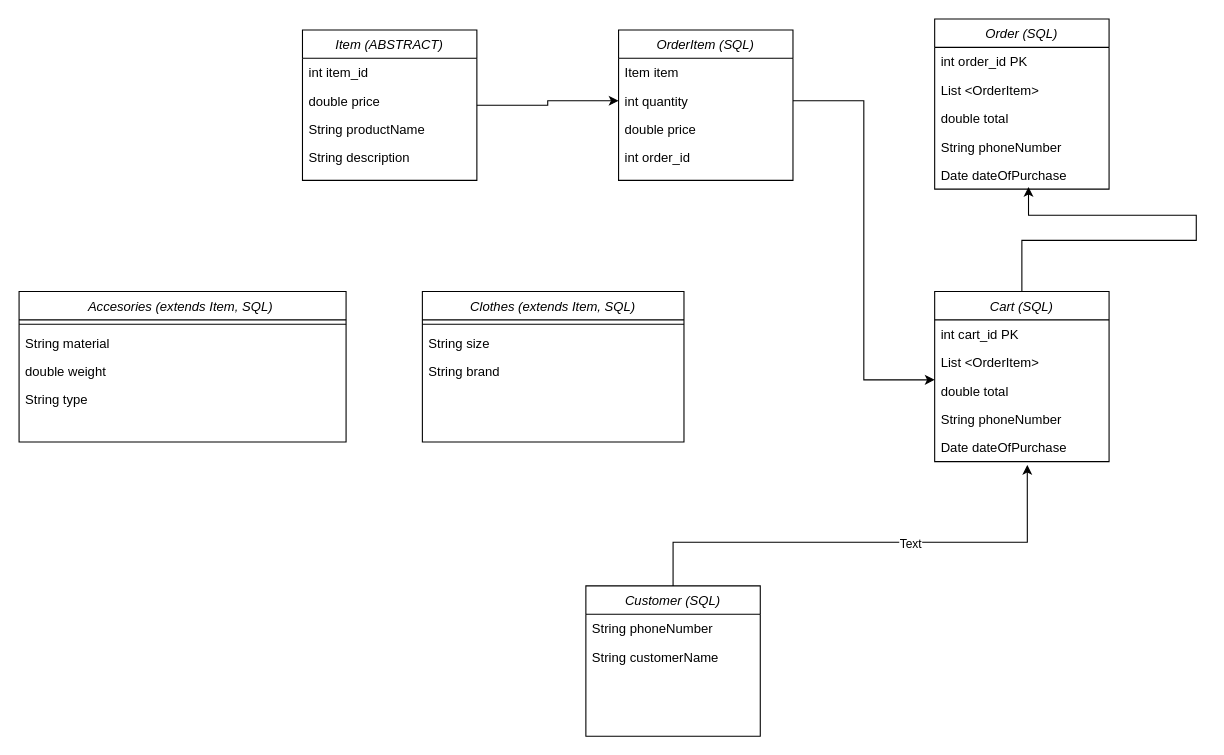
Earlier version of the draw.io diagram Design/ProjectDesignSon.drawio (SimonTranDuy/CS3360-Project). Source tidied: cells renumbered, new cells numbered last; positions are measured from the earlier drawing's top-left corner, leaving out a move shared by most shapes. Both pictures are drawn from the tidied source at 109%, with x=0, y=0 at pixel (19, 19).
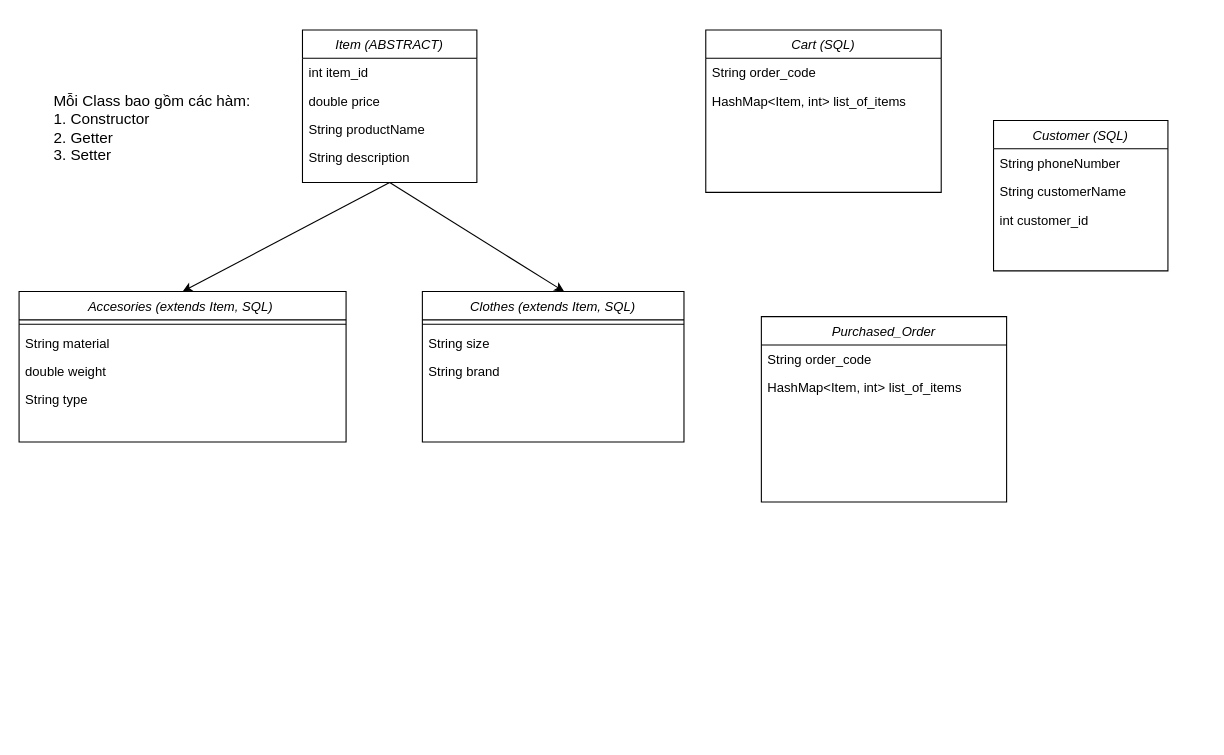
Above is the later version.

Commit message (it also covers changes not shown here):
Update all class in models

The change refers to these unchanged cells:
```xml
<mxCell id="8" value="Clothes (extends Item, SQL)" style="swimlane;fontStyle=2;align=center;verticalAlign=top;horizontal=1;startSize=26;rounded=0;shadow=0;strokeWidth=1;" parent="1" vertex="1">
  <mxGeometry x="370" y="250" width="240" height="138" as="geometry" />
</mxCell>
<mxCell id="12" value="Accesories (extends Item, SQL) " style="swimlane;fontStyle=2;align=center;verticalAlign=top;horizontal=1;startSize=26;rounded=0;shadow=0;strokeWidth=1;" parent="1" vertex="1">
  <mxGeometry y="250" width="300" height="138" as="geometry" />
</mxCell>
```

What changed in the source:
```diff
@@
-    <mxCell id="2" style="edgeStyle=orthogonalEdgeStyle;rounded=0;jettySize=auto;html=1;entryX=0;entryY=0.5;entryDx=0;entryDy=0;" parent="1" edge="1" source="3" target="34">
-      <mxGeometry relative="1" as="geometry" />
-    </mxCell>
+    <mxCell id="41" style="edgeStyle=none;html=1;exitX=0.5;exitY=1;exitDx=0;exitDy=0;entryX=0.5;entryY=0;entryDx=0;entryDy=0;" parent="1" edge="1" source="3" target="12">
+      <mxGeometry relative="1" as="geometry" />
+    </mxCell>
+    <mxCell id="42" style="edgeStyle=none;html=1;exitX=0.5;exitY=1;exitDx=0;exitDy=0;entryX=0.542;entryY=0;entryDx=0;entryDy=0;entryPerimeter=0;" parent="1" edge="1" source="3" target="8">
+      <mxGeometry relative="1" as="geometry" />
+    </mxCell>
     <mxCell id="3" value="Item (ABSTRACT)" style="swimlane;fontStyle=2;align=center;verticalAlign=top;horizontal=1;startSize=26;rounded=0;shadow=0;strokeWidth=1;" parent="1" vertex="1">
-      <mxGeometry x="260" y="10" width="160" height="138" as="geometry" />
+      <mxGeometry x="260" y="10" width="160" height="140" as="geometry" />
     </mxCell>
@@
-    <mxCell id="17" value="Order (SQL)" style="swimlane;fontStyle=2;align=center;verticalAlign=top;horizontal=1;startSize=26;rounded=0;shadow=0;strokeWidth=1;" parent="1" vertex="1">
-      <mxGeometry x="840" width="160" height="156" as="geometry" />
-    </mxCell>
-    <mxCell id="18" value="int order_id PK" style="text;align=left;verticalAlign=top;spacingLeft=4;spacingRight=4;overflow=hidden;" parent="17" vertex="1">
-      <mxGeometry y="26" width="160" height="26" as="geometry" />
-    </mxCell>
-    <mxCell id="19" value="List &lt;OrderItem&gt;" style="text;align=left;verticalAlign=top;spacingLeft=4;spacingRight=4;overflow=hidden;rounded=0;shadow=0;html=0;" parent="17" vertex="1">
-      <mxGeometry y="52" width="160" height="26" as="geometry" />
-    </mxCell>
-    <mxCell id="20" value="double total" style="text;align=left;verticalAlign=top;spacingLeft=4;spacingRight=4;overflow=hidden;rounded=0;shadow=0;html=0;" parent="17" vertex="1">
-      <mxGeometry y="78" width="160" height="26" as="geometry" />
-    </mxCell>
-    <mxCell id="21" value="String phoneNumber" style="text;align=left;verticalAlign=top;spacingLeft=4;spacingRight=4;overflow=hidden;rounded=0;shadow=0;html=0;" parent="17" vertex="1">
-      <mxGeometry y="104" width="160" height="26" as="geometry" />
-    </mxCell>
-    <mxCell id="22" value="Date dateOfPurchase" style="text;align=left;verticalAlign=top;spacingLeft=4;spacingRight=4;overflow=hidden;points=[[0,0.5],[1,0.5]];portConstraint=eastwest;rounded=0;shadow=0;html=0;" parent="17" vertex="1">
-      <mxGeometry y="130" width="160" height="26" as="geometry" />
-    </mxCell>
+    <mxCell id="43" value="Purchased_Order" style="swimlane;fontStyle=2;align=center;verticalAlign=top;horizontal=1;startSize=26;rounded=0;shadow=0;strokeWidth=1;" parent="1" vertex="1">
+      <mxGeometry x="681" y="273" width="225" height="170" as="geometry" />
+    </mxCell>
+    <mxCell id="44" value="String order_code" style="text;align=left;verticalAlign=top;spacingLeft=4;spacingRight=4;overflow=hidden;" parent="43" vertex="1">
+      <mxGeometry y="26" width="225" height="26" as="geometry" />
+    </mxCell>
+    <mxCell id="45" value="HashMap&lt;Item, int&gt; list_of_items " style="text;align=left;verticalAlign=top;spacingLeft=4;spacingRight=4;overflow=hidden;" parent="43" vertex="1">
+      <mxGeometry y="52" width="225" height="26" as="geometry" />
+    </mxCell>
     <mxCell id="23" value="Cart (SQL)" style="swimlane;fontStyle=2;align=center;verticalAlign=top;horizontal=1;startSize=26;rounded=0;shadow=0;strokeWidth=1;" parent="1" vertex="1">
-      <mxGeometry x="840" y="250" width="160" height="156" as="geometry" />
+      <mxGeometry x="630" y="10" width="216" height="149" as="geometry" />
     </mxCell>
-    <mxCell id="24" value="int cart_id PK" style="text;align=left;verticalAlign=top;spacingLeft=4;spacingRight=4;overflow=hidden;rounded=0;shadow=0;html=0;" parent="23" vertex="1">
-      <mxGeometry y="26" width="160" height="26" as="geometry" />
-    </mxCell>
-    <mxCell id="25" value="List &lt;OrderItem&gt;" style="text;align=left;verticalAlign=top;spacingLeft=4;spacingRight=4;overflow=hidden;" parent="23" vertex="1">
-      <mxGeometry y="52" width="160" height="26" as="geometry" />
-    </mxCell>
-    <mxCell id="26" value="double total" style="text;align=left;verticalAlign=top;spacingLeft=4;spacingRight=4;overflow=hidden;points=[[0,0.5],[1,0.5]];portConstraint=eastwest;rounded=0;shadow=0;html=0;" parent="23" vertex="1">
-      <mxGeometry y="78" width="160" height="26" as="geometry" />
-    </mxCell>
-    <mxCell id="27" value="String phoneNumber" style="text;align=left;verticalAlign=top;spacingLeft=4;spacingRight=4;overflow=hidden;rounded=0;shadow=0;html=0;" parent="23" vertex="1">
-      <mxGeometry y="104" width="160" height="26" as="geometry" />
-    </mxCell>
-    <mxCell id="28" value="Date dateOfPurchase" style="text;align=left;verticalAlign=top;spacingLeft=4;spacingRight=4;overflow=hidden;points=[[0,0.5],[1,0.5]];portConstraint=eastwest;rounded=0;shadow=0;html=0;" parent="23" vertex="1">
-      <mxGeometry y="130" width="160" height="26" as="geometry" />
-    </mxCell>
+    <mxCell id="46" value="String order_code" style="text;align=left;verticalAlign=top;spacingLeft=4;spacingRight=4;overflow=hidden;" parent="23" vertex="1">
+      <mxGeometry y="26" width="216" height="26" as="geometry" />
+    </mxCell>
+    <mxCell id="47" value="HashMap&lt;Item, int&gt; list_of_items " style="text;align=left;verticalAlign=top;spacingLeft=4;spacingRight=4;overflow=hidden;" parent="23" vertex="1">
+      <mxGeometry y="52" width="216" height="26" as="geometry" />
+    </mxCell>
     <mxCell id="29" value="Customer (SQL)" style="swimlane;fontStyle=2;align=center;verticalAlign=top;horizontal=1;startSize=26;rounded=0;shadow=0;strokeWidth=1;" parent="1" vertex="1">
-      <mxGeometry x="520" y="520" width="160" height="138" as="geometry" />
+      <mxGeometry x="894" y="93" width="160" height="138" as="geometry" />
     </mxCell>
@@
-    <mxCell id="32" value="OrderItem (SQL)&#10;" style="swimlane;fontStyle=2;align=center;verticalAlign=top;horizontal=1;startSize=26;rounded=0;shadow=0;strokeWidth=1;" parent="1" vertex="1">
-      <mxGeometry x="550" y="10" width="160" height="138" as="geometry" />
-    </mxCell>
-    <mxCell id="33" value="Item item" style="text;align=left;verticalAlign=top;spacingLeft=4;spacingRight=4;overflow=hidden;" parent="32" vertex="1">
-      <mxGeometry y="26" width="160" height="26" as="geometry" />
-    </mxCell>
-    <mxCell id="34" value="int quantity" style="text;align=left;verticalAlign=top;spacingLeft=4;spacingRight=4;overflow=hidden;points=[[0,0.5],[1,0.5]];portConstraint=eastwest;rounded=0;shadow=0;html=0;" parent="32" vertex="1">
-      <mxGeometry y="52" width="160" height="26" as="geometry" />
-    </mxCell>
-    <mxCell id="35" value="double price" style="text;align=left;verticalAlign=top;spacingLeft=4;spacingRight=4;overflow=hidden;rounded=0;shadow=0;html=0;" parent="32" vertex="1">
-      <mxGeometry y="78" width="160" height="26" as="geometry" />
-    </mxCell>
-    <mxCell id="36" value="int order_id" style="text;align=left;verticalAlign=top;spacingLeft=4;spacingRight=4;overflow=hidden;rounded=0;shadow=0;html=0;" parent="32" vertex="1">
-      <mxGeometry y="104" width="160" height="26" as="geometry" />
-    </mxCell>
-    <mxCell id="37" style="edgeStyle=orthogonalEdgeStyle;rounded=0;jettySize=auto;html=1;exitX=1;exitY=0.5;exitDx=0;exitDy=0;entryX=0;entryY=0.115;entryDx=0;entryDy=0;entryPerimeter=0;" parent="1" edge="1" source="34" target="26">
-      <mxGeometry relative="1" as="geometry" />
-    </mxCell>
-    <mxCell id="38" style="edgeStyle=orthogonalEdgeStyle;rounded=0;jettySize=auto;html=1;entryX=0.538;entryY=0.923;entryDx=0;entryDy=0;entryPerimeter=0;" parent="1" edge="1" source="23" target="22">
-      <mxGeometry relative="1" as="geometry">
-        <Array as="points">
-          <mxPoint x="920" y="203" />
-          <mxPoint x="1080" y="203" />
-          <mxPoint x="1080" y="180" />
-          <mxPoint x="926" y="180" />
-        </Array>
-      </mxGeometry>
-    </mxCell>
-    <mxCell id="39" style="edgeStyle=orthogonalEdgeStyle;rounded=0;jettySize=auto;html=1;entryX=0.531;entryY=1.115;entryDx=0;entryDy=0;entryPerimeter=0;" parent="1" edge="1" source="29" target="28">
-      <mxGeometry relative="1" as="geometry">
-        <Array as="points">
-          <mxPoint x="600" y="480" />
-          <mxPoint x="925" y="480" />
-        </Array>
-      </mxGeometry>
-    </mxCell>
-    <mxCell id="40" value="Text" style="edgeLabel;html=1;align=center;verticalAlign=middle;" parent="39" vertex="1">
-      <mxGeometry x="0.18" y="-1" relative="1" as="geometry" />
-    </mxCell>
+    <mxCell id="48" value="int customer_id&#10;" style="text;align=left;verticalAlign=top;spacingLeft=4;spacingRight=4;overflow=hidden;rounded=0;shadow=0;html=0;" parent="29" vertex="1">
+      <mxGeometry y="78" width="160" height="26" as="geometry" />
+    </mxCell>
+    <mxCell id="49" value="&lt;font style=&quot;font-size: 14px;&quot;&gt;Mỗi Class bao gồm các hàm:&lt;br&gt;1. Constructor&lt;br&gt;2. Getter&lt;br&gt;3. Setter&lt;br&gt;&lt;/font&gt;" style="text;html=1;align=left;verticalAlign=middle;strokeColor=none;fillColor=none;" parent="1" vertex="1">
+      <mxGeometry x="30" y="60" width="200" height="80" as="geometry" />
+    </mxCell>
```
